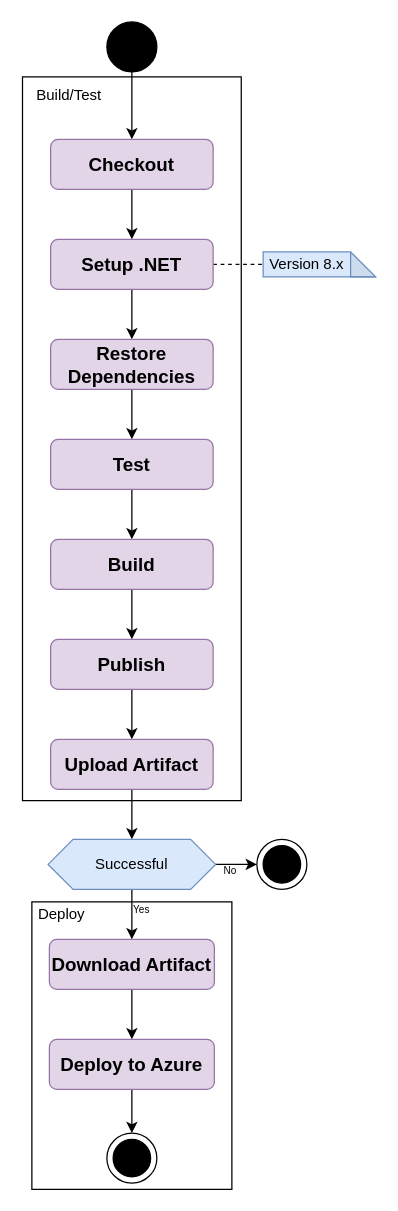
Above: docs/diagrams/Deploy_Workflow.drawio in ITU-BDSA2024-GROUP6/Chirp (draw.io), before the change. Source tidied: cells renumbered, new cells numbered last; positions are measured from the earlier drawing's top-left corner, leaving out a move shared by most shapes. Both pictures are drawn from the tidied source at 125%, with x=0, y=0 at pixel (21, 21).
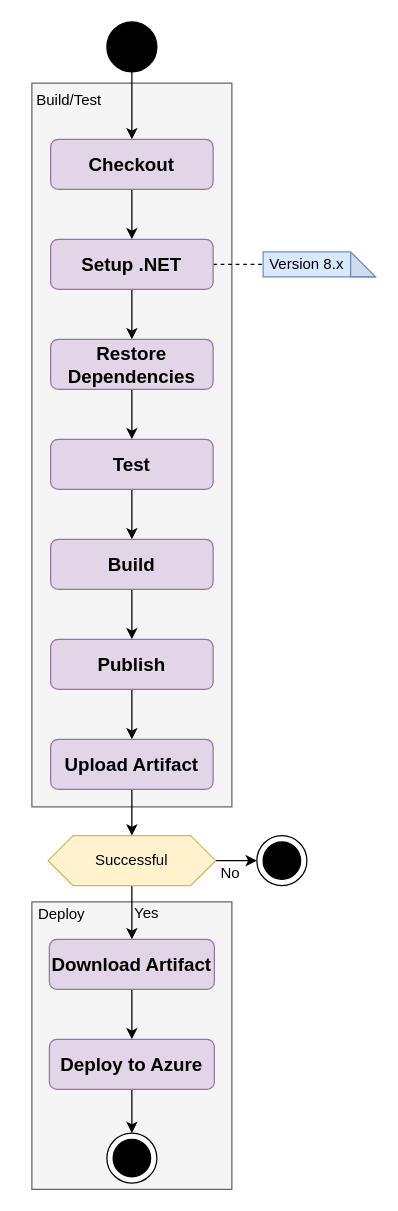
The same page after the edit.

Change to the diagram source:
```diff
@@
-    <mxCell id="2" style="rounded=0;whiteSpace=wrap;html=1;" parent="1" vertex="1">
+    <mxCell id="2" style="rounded=0;whiteSpace=wrap;html=1;fillColor=#f5f5f5;fontColor=#333333;strokeColor=#666666;" parent="1" vertex="1">
       <mxGeometry x="8" y="704" width="160" height="230" as="geometry" />
     </mxCell>
@@
-    <mxCell id="4" style="rounded=0;whiteSpace=wrap;html=1;" parent="1" vertex="1">
-      <mxGeometry x="0.5" y="44" width="175" height="579" as="geometry" />
+    <mxCell id="4" style="rounded=0;whiteSpace=wrap;html=1;fillColor=#f5f5f5;fontColor=#333333;strokeColor=#666666;" parent="1" vertex="1">
+      <mxGeometry x="8" y="49" width="160" height="579" as="geometry" />
     </mxCell>
@@
     <mxCell id="18" style="ellipse;whiteSpace=wrap;html=1;" parent="1" vertex="1">
-      <mxGeometry x="188" y="654" width="40" height="40" as="geometry" />
+      <mxGeometry x="188" y="651" width="40" height="40" as="geometry" />
     </mxCell>
     <mxCell id="19" style="ellipse;whiteSpace=wrap;html=1;fillColor=#000000;" parent="1" vertex="1">
-      <mxGeometry x="193" y="659" width="30" height="30" as="geometry" />
+      <mxGeometry x="193" y="656" width="30" height="30" as="geometry" />
     </mxCell>
@@
     <mxCell id="28" value="&lt;font&gt;Build/Test&lt;/font&gt;" style="text;html=1;align=center;verticalAlign=middle;whiteSpace=wrap;rounded=0;" parent="1" vertex="1">
-      <mxGeometry x="8" y="44" width="60" height="30" as="geometry" />
+      <mxGeometry x="8" y="48" width="60" height="30" as="geometry" />
     </mxCell>
@@
-    <mxCell id="31" value="Successful" style="shape=hexagon;perimeter=hexagonPerimeter2;whiteSpace=wrap;html=1;fixedSize=1;fillColor=#dae8fc;strokeColor=#6c8ebf;" parent="1" vertex="1">
-      <mxGeometry x="21" y="654" width="134" height="40" as="geometry" />
+    <mxCell id="31" value="Successful" style="shape=hexagon;perimeter=hexagonPerimeter2;whiteSpace=wrap;html=1;fixedSize=1;fillColor=#fff2cc;strokeColor=#d6b656;" parent="1" vertex="1">
+      <mxGeometry x="21" y="651" width="134" height="40" as="geometry" />
     </mxCell>
-    <mxCell id="32" value="&lt;font style=&quot;font-size: 8px;&quot;&gt;Yes&lt;/font&gt;" style="text;html=1;align=center;verticalAlign=middle;whiteSpace=wrap;rounded=0;rotation=0;" parent="1" vertex="1">
-      <mxGeometry x="66" y="694" width="60" height="30" as="geometry" />
+    <mxCell id="32" value="&lt;font&gt;Yes&lt;/font&gt;" style="text;html=1;align=center;verticalAlign=middle;whiteSpace=wrap;rounded=0;rotation=0;" parent="1" vertex="1">
+      <mxGeometry x="70" y="698" width="60" height="30" as="geometry" />
     </mxCell>
-    <mxCell id="33" value="&lt;font style=&quot;font-size: 8px;&quot;&gt;No&lt;/font&gt;" style="text;html=1;align=center;verticalAlign=middle;whiteSpace=wrap;rounded=0;rotation=0;" parent="1" vertex="1">
-      <mxGeometry x="137" y="663" width="60" height="30" as="geometry" />
+    <mxCell id="33" value="&lt;font&gt;No&lt;/font&gt;" style="text;html=1;align=center;verticalAlign=middle;whiteSpace=wrap;rounded=0;rotation=0;" parent="1" vertex="1">
+      <mxGeometry x="137" y="666" width="60" height="30" as="geometry" />
     </mxCell>
```
